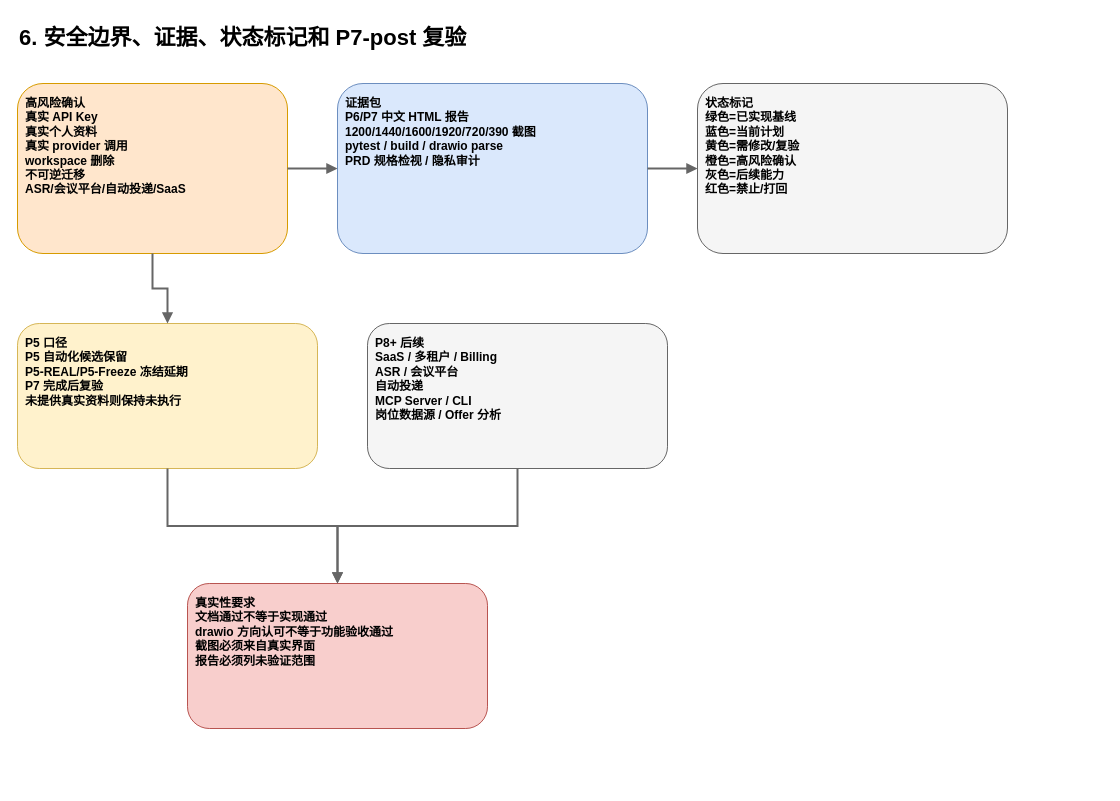
Earlier version of the draw.io diagram page "6 安全边界证据与复验" (6 of 6) of docs/active/jobpilot-stage-gap-and-acceptance.drawio (ljx418/interview_service). Source tidied: cells renumbered, new cells numbered last; positions are measured from the earlier drawing's top-left corner, leaving out a move shared by most shapes. Both pictures are drawn from the tidied source at 100%, with x=0, y=0 at pixel (17, 17).
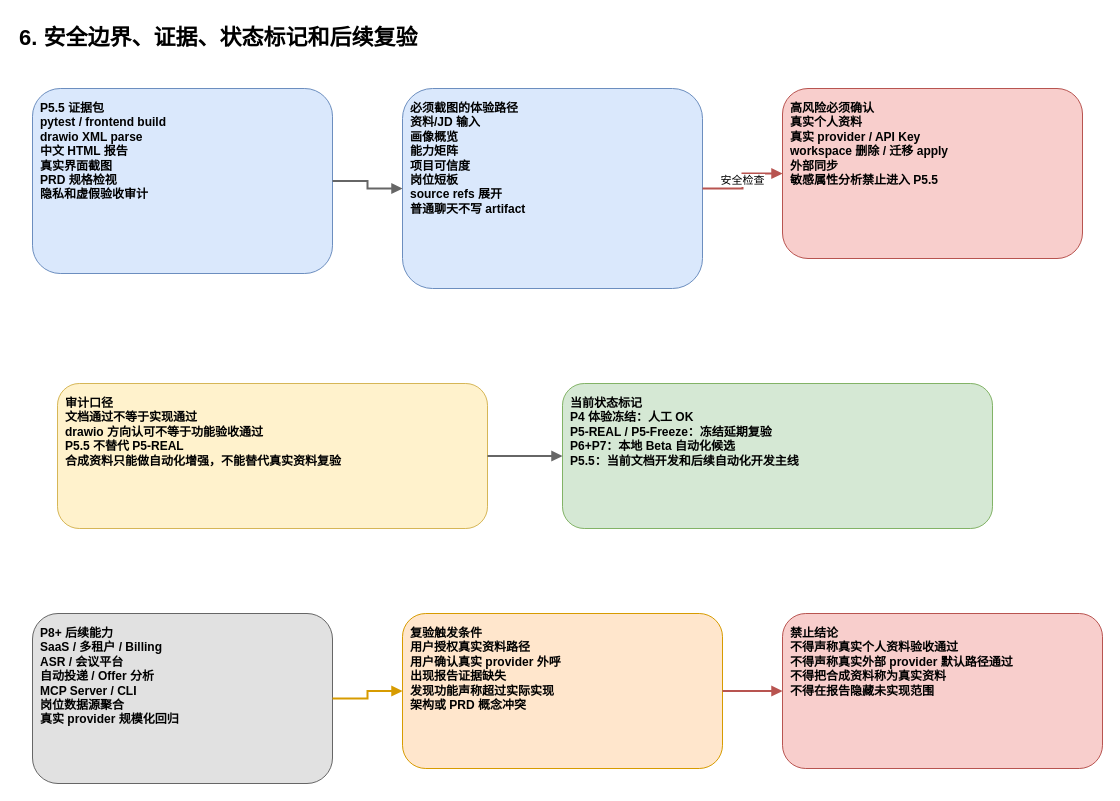
After the change.

The edit, as a diff of the source:
```diff
@@
 <mxGraphModel>
   <root>
     <mxCell id="0" />
     <mxCell id="1" parent="0" />
-    <mxCell id="2" value="6. 安全边界、证据、状态标记和 P7-post 复验" style="text;html=1;strokeColor=none;fillColor=none;fontSize=22;fontStyle=1;align=left;verticalAlign=middle;" parent="1" vertex="1">
+    <mxCell id="2" value="6. 安全边界、证据、状态标记和后续复验" style="text;html=1;strokeColor=none;fillColor=none;fontSize=22;fontStyle=1;align=left;verticalAlign=middle;" parent="1" vertex="1">
       <mxGeometry width="1080" height="42" as="geometry" />
     </mxCell>
-    <mxCell id="3" value="高风险确认&lt;br&gt;真实 API Key&lt;br&gt;真实个人资料&lt;br&gt;真实 provider 调用&lt;br&gt;workspace 删除&lt;br&gt;不可逆迁移&lt;br&gt;ASR/会议平台/自动投递/SaaS" style="rounded=1;whiteSpace=wrap;html=1;align=left;verticalAlign=top;fillColor=#ffe6cc;strokeColor=#d79b00;fontSize=12;spacing=8;fontStyle=1;" parent="1" vertex="1">
-      <mxGeometry y="66" width="270" height="170" as="geometry" />
-    </mxCell>
-    <mxCell id="4" value="证据包&lt;br&gt;P6/P7 中文 HTML 报告&lt;br&gt;1200/1440/1600/1920/720/390 截图&lt;br&gt;pytest / build / drawio parse&lt;br&gt;PRD 规格检视 / 隐私审计" style="rounded=1;whiteSpace=wrap;html=1;align=left;verticalAlign=top;fillColor=#dae8fc;strokeColor=#6c8ebf;fontSize=12;spacing=8;fontStyle=1;" parent="1" vertex="1">
-      <mxGeometry x="320" y="66" width="310" height="170" as="geometry" />
+    <mxCell id="4" value="P5.5 证据包&lt;br&gt;pytest / frontend build&lt;br&gt;drawio XML parse&lt;br&gt;中文 HTML 报告&lt;br&gt;真实界面截图&lt;br&gt;PRD 规格检视&lt;br&gt;隐私和虚假验收审计" style="rounded=1;whiteSpace=wrap;html=1;align=left;verticalAlign=top;fillColor=#dae8fc;strokeColor=#6c8ebf;fontSize=12;spacing=8;fontStyle=1;" parent="1" vertex="1">
+      <mxGeometry x="15" y="71" width="300" height="185" as="geometry" />
     </mxCell>
+    <mxCell id="14" value="必须截图的体验路径&lt;br&gt;资料/JD 输入&lt;br&gt;画像概览&lt;br&gt;能力矩阵&lt;br&gt;项目可信度&lt;br&gt;岗位短板&lt;br&gt;source refs 展开&lt;br&gt;普通聊天不写 artifact" style="rounded=1;whiteSpace=wrap;html=1;align=left;verticalAlign=top;fillColor=#dae8fc;strokeColor=#6c8ebf;fontSize=12;spacing=8;fontStyle=1;" parent="1" vertex="1">
+      <mxGeometry x="385" y="71" width="300" height="200" as="geometry" />
+    </mxCell>
+    <mxCell id="15" value="高风险必须确认&lt;br&gt;真实个人资料&lt;br&gt;真实 provider / API Key&lt;br&gt;workspace 删除 / 迁移 apply&lt;br&gt;外部同步&lt;br&gt;敏感属性分析禁止进入 P5.5" style="rounded=1;whiteSpace=wrap;html=1;align=left;verticalAlign=top;fillColor=#f8cecc;strokeColor=#b85450;fontSize=12;spacing=8;fontStyle=1;" parent="1" vertex="1">
+      <mxGeometry x="765" y="71" width="300" height="170" as="geometry" />
+    </mxCell>
+    <mxCell id="16" value="审计口径&lt;br&gt;文档通过不等于实现通过&lt;br&gt;drawio 方向认可不等于功能验收通过&lt;br&gt;P5.5 不替代 P5-REAL&lt;br&gt;合成资料只能做自动化增强，不能替代真实资料复验" style="rounded=1;whiteSpace=wrap;html=1;align=left;verticalAlign=top;fillColor=#fff2cc;strokeColor=#d6b656;fontSize=12;spacing=8;fontStyle=1;" parent="1" vertex="1">
+      <mxGeometry x="40" y="366" width="430" height="145" as="geometry" />
+    </mxCell>
-    <mxCell id="5" value="状态标记&lt;br&gt;绿色=已实现基线&lt;br&gt;蓝色=当前计划&lt;br&gt;黄色=需修改/复验&lt;br&gt;橙色=高风险确认&lt;br&gt;灰色=后续能力&lt;br&gt;红色=禁止/打回" style="rounded=1;whiteSpace=wrap;html=1;align=left;verticalAlign=top;fillColor=#f5f5f5;strokeColor=#666666;fontSize=12;spacing=8;fontStyle=1;" parent="1" vertex="1">
-      <mxGeometry x="680" y="66" width="310" height="170" as="geometry" />
+    <mxCell id="5" value="当前状态标记&lt;br&gt;P4 体验冻结：人工 OK&lt;br&gt;P5-REAL / P5-Freeze：冻结延期复验&lt;br&gt;P6+P7：本地 Beta 自动化候选&lt;br&gt;P5.5：当前文档开发和后续自动化开发主线" style="rounded=1;whiteSpace=wrap;html=1;align=left;verticalAlign=top;fillColor=#d5e8d4;strokeColor=#82b366;fontSize=12;spacing=8;fontStyle=1;" parent="1" vertex="1">
+      <mxGeometry x="545" y="366" width="430" height="145" as="geometry" />
     </mxCell>
-    <mxCell id="6" value="P5 口径&lt;br&gt;P5 自动化候选保留&lt;br&gt;P5-REAL/P5-Freeze 冻结延期&lt;br&gt;P7 完成后复验&lt;br&gt;未提供真实资料则保持未执行" style="rounded=1;whiteSpace=wrap;html=1;align=left;verticalAlign=top;fillColor=#fff2cc;strokeColor=#d6b656;fontSize=12;spacing=8;fontStyle=1;" parent="1" vertex="1">
-      <mxGeometry y="306" width="300" height="145" as="geometry" />
-    </mxCell>
-    <mxCell id="7" value="P8+ 后续&lt;br&gt;SaaS / 多租户 / Billing&lt;br&gt;ASR / 会议平台&lt;br&gt;自动投递&lt;br&gt;MCP Server / CLI&lt;br&gt;岗位数据源 / Offer 分析" style="rounded=1;whiteSpace=wrap;html=1;align=left;verticalAlign=top;fillColor=#f5f5f5;strokeColor=#666666;fontSize=12;spacing=8;fontStyle=1;" parent="1" vertex="1">
-      <mxGeometry x="350" y="306" width="300" height="145" as="geometry" />
-    </mxCell>
-    <mxCell id="8" value="真实性要求&lt;br&gt;文档通过不等于实现通过&lt;br&gt;drawio 方向认可不等于功能验收通过&lt;br&gt;截图必须来自真实界面&lt;br&gt;报告必须列未验证范围" style="rounded=1;whiteSpace=wrap;html=1;align=left;verticalAlign=top;fillColor=#f8cecc;strokeColor=#b85450;fontSize=12;spacing=8;fontStyle=1;" parent="1" vertex="1">
-      <mxGeometry x="170" y="566" width="300" height="145" as="geometry" />
-    </mxCell>
+    <mxCell id="17" value="P8+ 后续能力&lt;br&gt;SaaS / 多租户 / Billing&lt;br&gt;ASR / 会议平台&lt;br&gt;自动投递 / Offer 分析&lt;br&gt;MCP Server / CLI&lt;br&gt;岗位数据源聚合&lt;br&gt;真实 provider 规模化回归" style="rounded=1;whiteSpace=wrap;html=1;align=left;verticalAlign=top;fillColor=#e1e1e1;strokeColor=#666666;fontSize=12;spacing=8;fontStyle=1;" parent="1" vertex="1">
+      <mxGeometry x="15" y="596" width="300" height="170" as="geometry" />
+    </mxCell>
+    <mxCell id="18" value="复验触发条件&lt;br&gt;用户授权真实资料路径&lt;br&gt;用户确认真实 provider 外呼&lt;br&gt;出现报告证据缺失&lt;br&gt;发现功能声称超过实际实现&lt;br&gt;架构或 PRD 概念冲突" style="rounded=1;whiteSpace=wrap;html=1;align=left;verticalAlign=top;fillColor=#ffe6cc;strokeColor=#d79b00;fontSize=12;spacing=8;fontStyle=1;" parent="1" vertex="1">
+      <mxGeometry x="385" y="596" width="320" height="155" as="geometry" />
+    </mxCell>
+    <mxCell id="19" value="禁止结论&lt;br&gt;不得声称真实个人资料验收通过&lt;br&gt;不得声称真实外部 provider 默认路径通过&lt;br&gt;不得把合成资料称为真实资料&lt;br&gt;不得在报告隐藏未实现范围" style="rounded=1;whiteSpace=wrap;html=1;align=left;verticalAlign=top;fillColor=#f8cecc;strokeColor=#b85450;fontSize=12;spacing=8;fontStyle=1;" parent="1" vertex="1">
+      <mxGeometry x="765" y="596" width="320" height="155" as="geometry" />
+    </mxCell>
-    <mxCell id="9" style="edgeStyle=orthogonalEdgeStyle;rounded=0;jettySize=auto;html=1;endArrow=block;strokeWidth=2;strokeColor=#666666;" parent="1" edge="1" source="3" target="4">
+    <mxCell id="9" style="edgeStyle=orthogonalEdgeStyle;rounded=0;jettySize=auto;html=1;endArrow=block;strokeWidth=2;strokeColor=#666666;" parent="1" edge="1" source="4" target="14">
       <mxGeometry relative="1" as="geometry" />
     </mxCell>
-    <mxCell id="10" style="edgeStyle=orthogonalEdgeStyle;rounded=0;jettySize=auto;html=1;endArrow=block;strokeWidth=2;strokeColor=#666666;" parent="1" edge="1" source="4" target="5">
+    <mxCell id="10" value="安全检查" style="edgeStyle=orthogonalEdgeStyle;rounded=0;jettySize=auto;html=1;endArrow=block;strokeWidth=2;strokeColor=#b85450;" parent="1" edge="1" source="14" target="15">
       <mxGeometry relative="1" as="geometry" />
     </mxCell>
-    <mxCell id="11" style="edgeStyle=orthogonalEdgeStyle;rounded=0;jettySize=auto;html=1;endArrow=block;strokeWidth=2;strokeColor=#666666;" parent="1" edge="1" source="3" target="6">
+    <mxCell id="11" style="edgeStyle=orthogonalEdgeStyle;rounded=0;jettySize=auto;html=1;endArrow=block;strokeWidth=2;strokeColor=#666666;" parent="1" edge="1" source="16" target="5">
       <mxGeometry relative="1" as="geometry" />
     </mxCell>
-    <mxCell id="12" style="edgeStyle=orthogonalEdgeStyle;rounded=0;jettySize=auto;html=1;endArrow=block;strokeWidth=2;strokeColor=#666666;" parent="1" edge="1" source="6" target="8">
+    <mxCell id="12" style="edgeStyle=orthogonalEdgeStyle;rounded=0;jettySize=auto;html=1;endArrow=block;strokeWidth=2;strokeColor=#d79b00;" parent="1" edge="1" source="17" target="18">
       <mxGeometry relative="1" as="geometry" />
     </mxCell>
-    <mxCell id="13" style="edgeStyle=orthogonalEdgeStyle;rounded=0;jettySize=auto;html=1;endArrow=block;strokeWidth=2;strokeColor=#666666;" parent="1" edge="1" source="7" target="8">
+    <mxCell id="13" style="edgeStyle=orthogonalEdgeStyle;rounded=0;jettySize=auto;html=1;endArrow=block;strokeWidth=2;strokeColor=#b85450;" parent="1" edge="1" source="18" target="19">
       <mxGeometry relative="1" as="geometry" />
     </mxCell>
   </root>
 </mxGraphModel>
```
